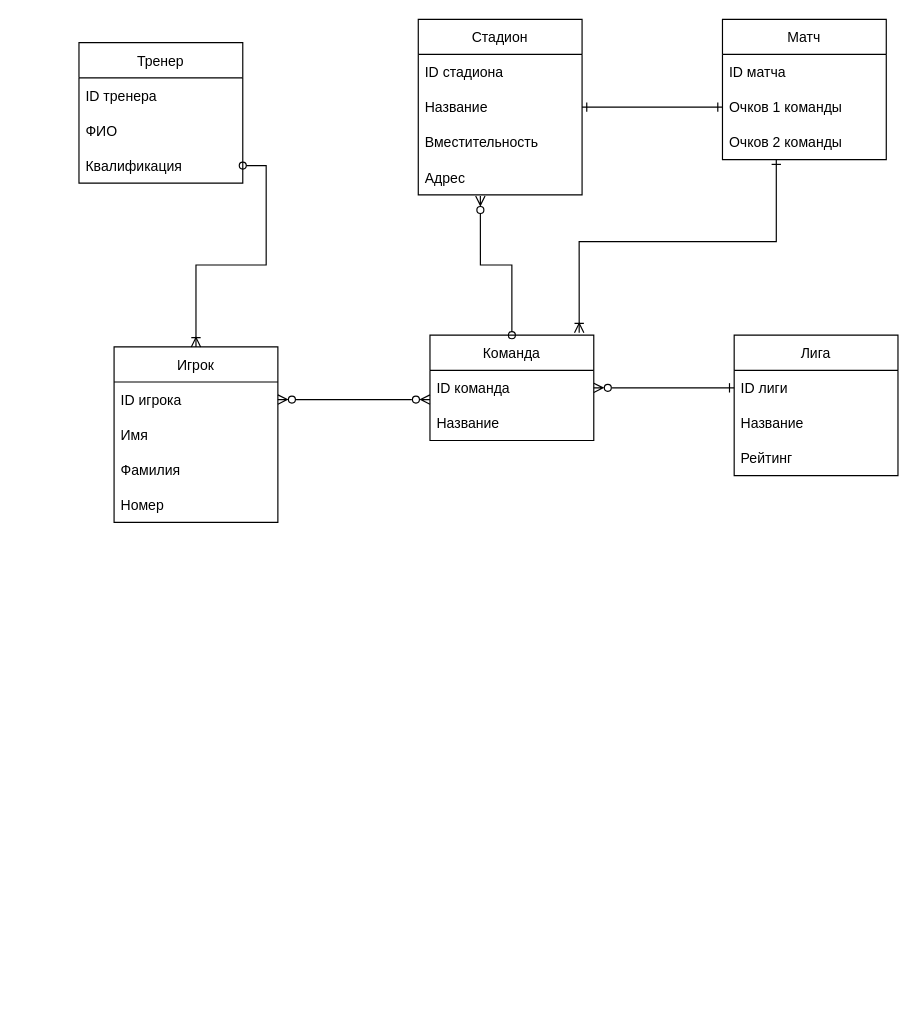
Above: Basketball/Untitled Diagram.drawio in netos23/Construction (draw.io), before the change. Source tidied: cells renumbered, new cells numbered last; positions are measured from the earlier drawing's top-left corner, leaving out a move shared by most shapes. Both pictures are drawn from the tidied source at 117%, with x=0, y=0 at pixel (78, 19).
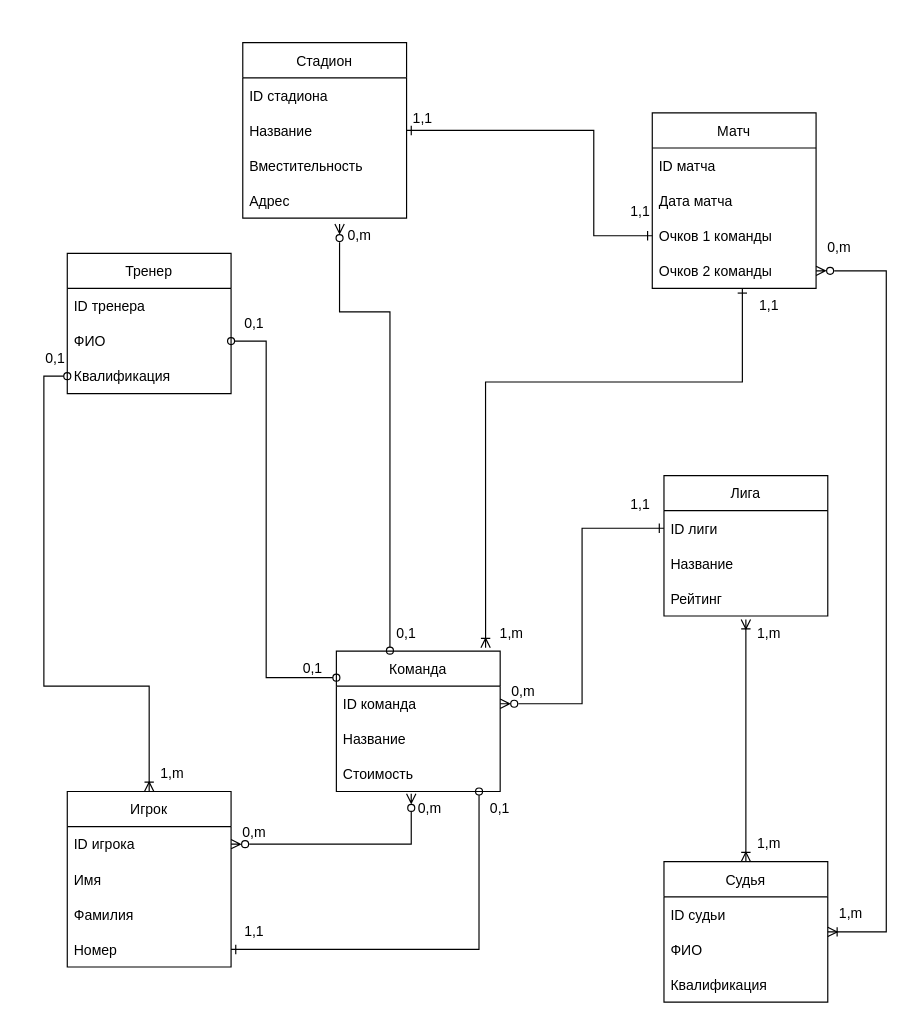
After the change.

Commit message:
add owner classes

Unchanged cells that the change refers to:
```xml
<mxCell id="4" value="ID игрока" style="text;strokeColor=none;fillColor=none;align=left;verticalAlign=middle;spacingLeft=4;spacingRight=4;overflow=hidden;points=[[0,0.5],[1,0.5]];portConstraint=eastwest;" parent="3" vertex="1">
  <mxGeometry y="30" width="140" height="30" as="geometry" />
</mxCell>
<mxCell id="7" value="Номер" style="text;strokeColor=none;fillColor=none;align=left;verticalAlign=middle;spacingLeft=4;spacingRight=4;overflow=hidden;points=[[0,0.5],[1,0.5]];portConstraint=eastwest;" parent="3" vertex="1">
  <mxGeometry y="120" width="140" height="30" as="geometry" />
</mxCell>
<mxCell id="21" value="Название" style="text;strokeColor=none;fillColor=none;align=left;verticalAlign=middle;spacingLeft=4;spacingRight=4;overflow=hidden;points=[[0,0.5],[1,0.5]];portConstraint=eastwest;" parent="19" vertex="1">
  <mxGeometry y="60" width="140" height="30" as="geometry" />
</mxCell>
<mxCell id="23" value="Адрес" style="text;strokeColor=none;fillColor=none;align=left;verticalAlign=middle;spacingLeft=4;spacingRight=4;overflow=hidden;points=[[0,0.5],[1,0.5]];portConstraint=eastwest;" parent="19" vertex="1">
  <mxGeometry y="120" width="140" height="30" as="geometry" />
</mxCell>
<mxCell id="31" value="ФИО" style="text;strokeColor=none;fillColor=none;align=left;verticalAlign=middle;spacingLeft=4;spacingRight=4;overflow=hidden;points=[[0,0.5],[1,0.5]];portConstraint=eastwest;" parent="29" vertex="1">
  <mxGeometry y="60" width="140" height="30" as="geometry" />
</mxCell>
<mxCell id="32" value="Квалификация" style="text;strokeColor=none;fillColor=none;align=left;verticalAlign=middle;spacingLeft=4;spacingRight=4;overflow=hidden;points=[[0,0.5],[1,0.5]];portConstraint=eastwest;" parent="29" vertex="1">
  <mxGeometry y="90" width="140" height="30" as="geometry" />
</mxCell>
```

Change to the diagram source:
```diff
@@
-    <mxCell id="2" style="edgeStyle=orthogonalEdgeStyle;rounded=0;jettySize=auto;html=1;startArrow=ERzeroToMany;startFill=0;endArrow=ERzeroToMany;endFill=0;exitX=1;exitY=0.5;exitDx=0;exitDy=0;" parent="1" edge="1" source="4">
+    <mxCell id="2" style="edgeStyle=orthogonalEdgeStyle;rounded=0;jettySize=auto;html=1;startArrow=ERzeroToMany;startFill=0;endArrow=ERzeroToMany;endFill=0;exitX=1;exitY=0.5;exitDx=0;exitDy=0;entryX=0.457;entryY=1.067;entryDx=0;entryDy=0;entryPerimeter=0;" parent="1" edge="1" source="4" target="33">
       <mxGeometry relative="1" as="geometry">
-        <mxPoint x="300" y="325" as="targetPoint" />
         <Array as="points">
-          <mxPoint x="300" y="325" />
+          <mxPoint x="284" y="705" />
         </Array>
       </mxGeometry>
     </mxCell>
     <mxCell id="3" value="Игрок" style="swimlane;fontStyle=0;horizontal=1;startSize=30;" parent="1" vertex="1">
-      <mxGeometry x="30" y="280" width="140" height="150" as="geometry" />
+      <mxGeometry x="-10" y="660" width="140" height="150" as="geometry" />
     </mxCell>
@@
     <mxCell id="8" value="Команда" style="swimlane;fontStyle=0;horizontal=1;startSize=30;" parent="1" vertex="1">
-      <mxGeometry x="300" y="270" width="140" height="90" as="geometry" />
+      <mxGeometry x="220" y="540" width="140" height="120" as="geometry" />
     </mxCell>
@@
+    <mxCell id="33" value="Стоимость" style="text;strokeColor=none;fillColor=none;align=left;verticalAlign=middle;spacingLeft=4;spacingRight=4;overflow=hidden;points=[[0,0.5],[1,0.5]];portConstraint=eastwest;" parent="8" vertex="1">
+      <mxGeometry y="90" width="140" height="30" as="geometry" />
+    </mxCell>
     <mxCell id="11" value="Лига" style="swimlane;fontStyle=0;horizontal=1;startSize=30;" parent="1" vertex="1">
-      <mxGeometry x="560" y="270" width="140" height="120" as="geometry" />
+      <mxGeometry x="500" y="390" width="140" height="120" as="geometry" />
     </mxCell>
@@
     <mxCell id="15" value="Матч" style="swimlane;fontStyle=0;horizontal=1;startSize=30;" parent="1" vertex="1">
-      <mxGeometry x="550" width="140" height="120" as="geometry" />
+      <mxGeometry x="490" y="80" width="140" height="150" as="geometry" />
     </mxCell>
@@
+    <mxCell id="34" value="Дата матча" style="text;strokeColor=none;fillColor=none;align=left;verticalAlign=middle;spacingLeft=4;spacingRight=4;overflow=hidden;" parent="15" vertex="1">
+      <mxGeometry y="60" width="140" height="30" as="geometry" />
+    </mxCell>
     <mxCell id="17" value="Очков 1 команды" style="text;strokeColor=none;fillColor=none;align=left;verticalAlign=middle;spacingLeft=4;spacingRight=4;overflow=hidden;points=[[0,0.5],[1,0.5]];portConstraint=eastwest;" parent="15" vertex="1">
-      <mxGeometry y="60" width="140" height="30" as="geometry" />
+      <mxGeometry y="90" width="140" height="30" as="geometry" />
     </mxCell>
     <mxCell id="18" value="Очков 2 команды" style="text;strokeColor=none;fillColor=none;align=left;verticalAlign=middle;spacingLeft=4;spacingRight=4;overflow=hidden;points=[[0,0.5],[1,0.5]];portConstraint=eastwest;" parent="15" vertex="1">
-      <mxGeometry y="90" width="140" height="30" as="geometry" />
+      <mxGeometry y="120" width="140" height="30" as="geometry" />
     </mxCell>
     <mxCell id="19" value="Стадион" style="swimlane;fontStyle=0;horizontal=1;startSize=30;" parent="1" vertex="1">
-      <mxGeometry x="290" width="140" height="150" as="geometry" />
+      <mxGeometry x="140" y="20" width="140" height="150" as="geometry" />
     </mxCell>
@@
-    <mxCell id="25" style="edgeStyle=orthogonalEdgeStyle;rounded=0;jettySize=auto;html=1;startArrow=ERoneToMany;startFill=0;endArrow=ERone;endFill=0;exitX=0.911;exitY=-0.024;exitDx=0;exitDy=0;exitPerimeter=0;" parent="1" edge="1" source="8" target="18">
+    <mxCell id="25" style="edgeStyle=orthogonalEdgeStyle;rounded=0;jettySize=auto;html=1;startArrow=ERoneToMany;startFill=0;endArrow=ERone;endFill=0;exitX=0.911;exitY=-0.024;exitDx=0;exitDy=0;exitPerimeter=0;entryX=0.55;entryY=1;entryDx=0;entryDy=0;entryPerimeter=0;" parent="1" edge="1" source="8" target="18">
       <mxGeometry relative="1" as="geometry">
         <Array as="points">
-          <mxPoint x="428" y="190" />
-          <mxPoint x="596" y="190" />
+          <mxPoint x="348" y="310" />
+          <mxPoint x="567" y="310" />
         </Array>
       </mxGeometry>
     </mxCell>
     <mxCell id="26" style="edgeStyle=orthogonalEdgeStyle;rounded=0;jettySize=auto;html=1;startArrow=ERone;startFill=0;endArrow=ERone;endFill=0;" parent="1" edge="1" source="21" target="17">
-      <mxGeometry relative="1" as="geometry" />
+      <mxGeometry relative="1" as="geometry">
+        <Array as="points">
+          <mxPoint x="440" y="95" />
+          <mxPoint x="440" y="185" />
+        </Array>
+      </mxGeometry>
     </mxCell>
-    <mxCell id="27" style="edgeStyle=orthogonalEdgeStyle;rounded=0;jettySize=auto;html=1;startArrow=ERzeroToMany;startFill=0;endArrow=oval;endFill=0;exitX=0.379;exitY=1.033;exitDx=0;exitDy=0;exitPerimeter=0;" parent="1" edge="1" source="23" target="8">
-      <mxGeometry relative="1" as="geometry" />
+    <mxCell id="27" style="edgeStyle=orthogonalEdgeStyle;rounded=0;jettySize=auto;html=1;startArrow=ERzeroToMany;startFill=0;endArrow=oval;endFill=0;entryX=0.327;entryY=-0.003;entryDx=0;entryDy=0;entryPerimeter=0;exitX=0.591;exitY=1.167;exitDx=0;exitDy=0;exitPerimeter=0;" parent="1" edge="1" source="23" target="8">
+      <mxGeometry relative="1" as="geometry">
+        <Array as="points">
+          <mxPoint x="223" y="250" />
+          <mxPoint x="266" y="250" />
+        </Array>
+      </mxGeometry>
     </mxCell>
     <mxCell id="28" style="edgeStyle=orthogonalEdgeStyle;rounded=0;jettySize=auto;html=1;startArrow=oval;startFill=0;endArrow=ERoneToMany;endFill=0;entryX=0.5;entryY=0;entryDx=0;entryDy=0;" parent="1" edge="1" source="32" target="3">
-      <mxGeometry relative="1" as="geometry" />
+      <mxGeometry relative="1" as="geometry">
+        <Array as="points">
+          <mxPoint x="-30" y="305" />
+          <mxPoint x="-30" y="570" />
+          <mxPoint x="60" y="570" />
+        </Array>
+      </mxGeometry>
     </mxCell>
     <mxCell id="29" value="Тренер" style="swimlane;fontStyle=0;horizontal=1;startSize=30;" parent="1" vertex="1">
-      <mxGeometry y="20" width="140" height="120" as="geometry" />
+      <mxGeometry x="-10" y="200" width="140" height="120" as="geometry" />
     </mxCell>
@@
+    <mxCell id="35" style="edgeStyle=orthogonalEdgeStyle;rounded=0;orthogonalLoop=1;jettySize=auto;html=1;startArrow=ERoneToMany;startFill=0;endArrow=ERoneToMany;endFill=0;" parent="1" edge="1">
+      <mxGeometry relative="1" as="geometry">
+        <mxPoint x="570" y="720" as="sourcePoint" />
+        <mxPoint x="570" y="513" as="targetPoint" />
+        <Array as="points">
+          <mxPoint x="570" y="513" />
+        </Array>
+      </mxGeometry>
+    </mxCell>
+    <mxCell id="36" style="edgeStyle=orthogonalEdgeStyle;rounded=0;jettySize=auto;html=1;entryX=1;entryY=0.5;entryDx=0;entryDy=0;startArrow=ERoneToMany;startFill=0;endArrow=ERzeroToMany;endFill=0;" parent="1" edge="1" source="37" target="18">
+      <mxGeometry relative="1" as="geometry">
+        <Array as="points">
+          <mxPoint x="690" y="780" />
+          <mxPoint x="690" y="215" />
+        </Array>
+      </mxGeometry>
+    </mxCell>
+    <mxCell id="37" value="Судья" style="swimlane;fontStyle=0;horizontal=1;startSize=30;" parent="1" vertex="1">
+      <mxGeometry x="500" y="720" width="140" height="120" as="geometry" />
+    </mxCell>
+    <mxCell id="38" value="ID судьи" style="text;strokeColor=none;fillColor=none;align=left;verticalAlign=middle;spacingLeft=4;spacingRight=4;overflow=hidden;" parent="37" vertex="1">
+      <mxGeometry y="30" width="140" height="30" as="geometry" />
+    </mxCell>
+    <mxCell id="39" value="ФИО" style="text;strokeColor=none;fillColor=none;align=left;verticalAlign=middle;spacingLeft=4;spacingRight=4;overflow=hidden;" parent="37" vertex="1">
+      <mxGeometry y="60" width="140" height="30" as="geometry" />
+    </mxCell>
+    <mxCell id="40" value="Квалификация" style="text;strokeColor=none;fillColor=none;align=left;verticalAlign=middle;spacingLeft=4;spacingRight=4;overflow=hidden;" parent="37" vertex="1">
+      <mxGeometry y="90" width="140" height="30" as="geometry" />
+    </mxCell>
+    <mxCell id="41" style="edgeStyle=orthogonalEdgeStyle;rounded=0;jettySize=auto;html=1;entryX=0.871;entryY=1;entryDx=0;entryDy=0;startArrow=ERone;startFill=0;endArrow=oval;endFill=0;entryPerimeter=0;exitX=1;exitY=0.5;exitDx=0;exitDy=0;" parent="1" edge="1" source="7" target="33">
+      <mxGeometry relative="1" as="geometry">
+        <Array as="points">
+          <mxPoint x="342" y="795" />
+        </Array>
+      </mxGeometry>
+    </mxCell>
+    <mxCell id="42" style="edgeStyle=orthogonalEdgeStyle;rounded=0;jettySize=auto;html=1;entryX=0;entryY=0.189;entryDx=0;entryDy=0;entryPerimeter=0;startArrow=oval;startFill=0;endArrow=oval;endFill=0;" parent="1" edge="1" source="31" target="8">
+      <mxGeometry relative="1" as="geometry">
+        <Array as="points">
+          <mxPoint x="160" y="275" />
+          <mxPoint x="160" y="563" />
+        </Array>
+      </mxGeometry>
+    </mxCell>
+    <mxCell id="43" value="0,1" style="text;html=1;strokeColor=none;fillColor=none;align=center;verticalAlign=middle;whiteSpace=wrap;rounded=0;" parent="1" vertex="1">
+      <mxGeometry x="120" y="245" width="60" height="30" as="geometry" />
+    </mxCell>
+    <mxCell id="44" value="0,1" style="text;html=1;strokeColor=none;fillColor=none;align=center;verticalAlign=middle;whiteSpace=wrap;rounded=0;" parent="1" vertex="1">
+      <mxGeometry x="330" y="660" width="60" height="30" as="geometry" />
+    </mxCell>
+    <mxCell id="45" value="0,1" style="text;html=1;strokeColor=none;fillColor=none;align=center;verticalAlign=middle;whiteSpace=wrap;rounded=0;" parent="1" vertex="1">
+      <mxGeometry x="170" y="540" width="60" height="30" as="geometry" />
+    </mxCell>
+    <mxCell id="46" value="0,1" style="text;html=1;strokeColor=none;fillColor=none;align=center;verticalAlign=middle;whiteSpace=wrap;rounded=0;" parent="1" vertex="1">
+      <mxGeometry x="-50" y="275" width="60" height="30" as="geometry" />
+    </mxCell>
+    <mxCell id="47" value="0,m" style="text;html=1;strokeColor=none;fillColor=none;align=center;verticalAlign=middle;whiteSpace=wrap;rounded=0;" parent="1" vertex="1">
+      <mxGeometry x="350" y="560" width="60" height="30" as="geometry" />
+    </mxCell>
+    <mxCell id="48" value="0,m" style="text;html=1;strokeColor=none;fillColor=none;align=center;verticalAlign=middle;whiteSpace=wrap;rounded=0;" parent="1" vertex="1">
+      <mxGeometry x="270" y="660" width="60" height="30" as="geometry" />
+    </mxCell>
+    <mxCell id="49" value="0,m" style="text;html=1;strokeColor=none;fillColor=none;align=center;verticalAlign=middle;whiteSpace=wrap;rounded=0;" parent="1" vertex="1">
+      <mxGeometry x="120" y="680" width="60" height="30" as="geometry" />
+    </mxCell>
+    <mxCell id="50" value="0,m" style="text;html=1;strokeColor=none;fillColor=none;align=center;verticalAlign=middle;whiteSpace=wrap;rounded=0;" parent="1" vertex="1">
+      <mxGeometry x="210" y="170" width="60" height="30" as="geometry" />
+    </mxCell>
+    <mxCell id="51" value="0,m" style="text;html=1;strokeColor=none;fillColor=none;align=center;verticalAlign=middle;whiteSpace=wrap;rounded=0;" parent="1" vertex="1">
+      <mxGeometry x="620" y="180" width="60" height="30" as="geometry" />
+    </mxCell>
+    <mxCell id="52" value="0,1" style="text;html=1;strokeColor=none;fillColor=none;align=center;verticalAlign=middle;whiteSpace=wrap;rounded=0;" parent="1" vertex="1">
+      <mxGeometry x="250" y="510" width="60" height="30" as="geometry" />
+    </mxCell>
+    <mxCell id="53" value="1,1" style="text;html=1;strokeColor=none;fillColor=none;align=center;verticalAlign=middle;whiteSpace=wrap;rounded=0;" parent="1" vertex="1">
+      <mxGeometry x="264" y="70" width="60" height="30" as="geometry" />
+    </mxCell>
+    <mxCell id="54" value="1,1" style="text;html=1;strokeColor=none;fillColor=none;align=center;verticalAlign=middle;whiteSpace=wrap;rounded=0;" parent="1" vertex="1">
+      <mxGeometry x="450" y="150" width="60" height="30" as="geometry" />
+    </mxCell>
+    <mxCell id="55" value="1,1" style="text;html=1;strokeColor=none;fillColor=none;align=center;verticalAlign=middle;whiteSpace=wrap;rounded=0;" parent="1" vertex="1">
+      <mxGeometry x="120" y="765" width="60" height="30" as="geometry" />
+    </mxCell>
+    <mxCell id="56" value="1,1" style="text;html=1;strokeColor=none;fillColor=none;align=center;verticalAlign=middle;whiteSpace=wrap;rounded=0;" parent="1" vertex="1">
+      <mxGeometry x="560" y="230" width="60" height="30" as="geometry" />
+    </mxCell>
+    <mxCell id="57" value="1,1" style="text;html=1;strokeColor=none;fillColor=none;align=center;verticalAlign=middle;whiteSpace=wrap;rounded=0;" parent="1" vertex="1">
+      <mxGeometry x="450" y="400" width="60" height="30" as="geometry" />
+    </mxCell>
+    <mxCell id="58" value="1,m" style="text;html=1;strokeColor=none;fillColor=none;align=center;verticalAlign=middle;whiteSpace=wrap;rounded=0;" parent="1" vertex="1">
+      <mxGeometry x="50" y="630" width="60" height="30" as="geometry" />
+    </mxCell>
+    <mxCell id="59" value="1,m" style="text;html=1;strokeColor=none;fillColor=none;align=center;verticalAlign=middle;whiteSpace=wrap;rounded=0;" parent="1" vertex="1">
+      <mxGeometry x="340" y="510" width="60" height="30" as="geometry" />
+    </mxCell>
+    <mxCell id="60" value="1,m" style="text;html=1;strokeColor=none;fillColor=none;align=center;verticalAlign=middle;whiteSpace=wrap;rounded=0;" parent="1" vertex="1">
+      <mxGeometry x="560" y="510" width="60" height="30" as="geometry" />
+    </mxCell>
+    <mxCell id="61" value="1,m" style="text;html=1;strokeColor=none;fillColor=none;align=center;verticalAlign=middle;whiteSpace=wrap;rounded=0;" parent="1" vertex="1">
+      <mxGeometry x="560" y="690" width="60" height="30" as="geometry" />
+    </mxCell>
+    <mxCell id="62" value="1,m" style="text;html=1;strokeColor=none;fillColor=none;align=center;verticalAlign=middle;whiteSpace=wrap;rounded=0;" parent="1" vertex="1">
+      <mxGeometry x="630" y="750" width="60" height="30" as="geometry" />
+    </mxCell>
```
